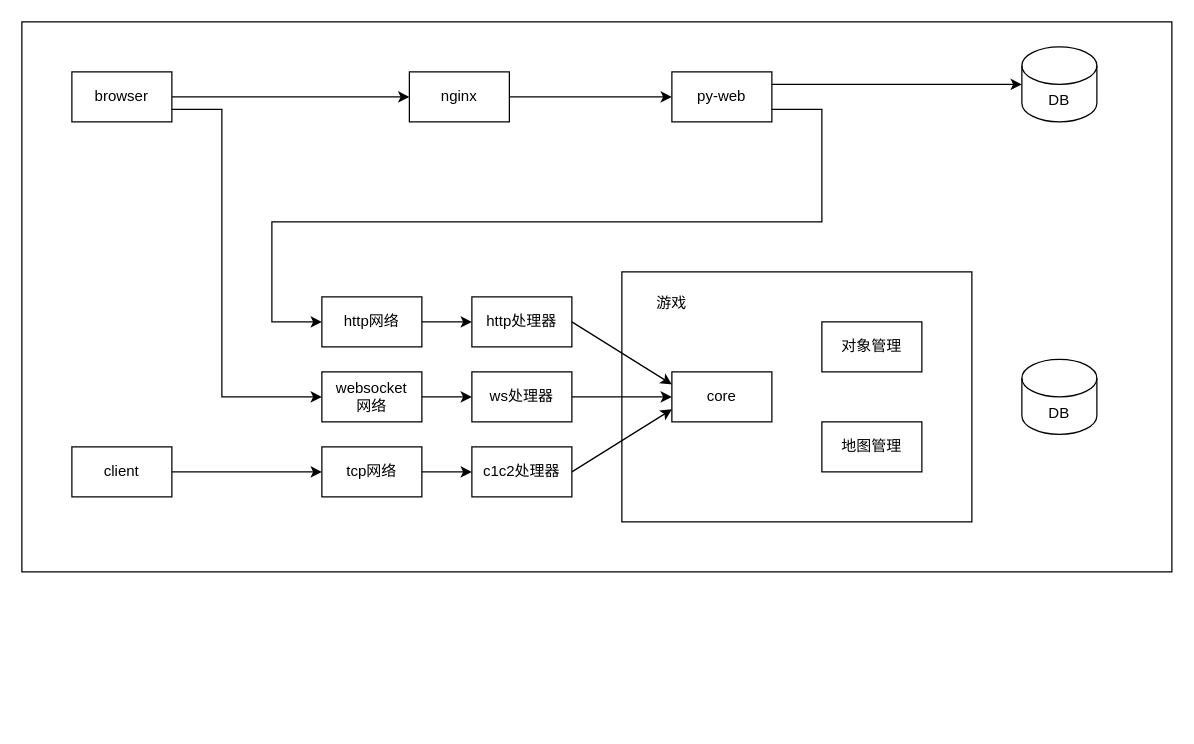
This is system.drawio from xujintao/balgass, a draw.io file, before an edit. Source tidied: cells renumbered, new cells numbered last; positions are measured from the earlier drawing's top-left corner, leaving out a move shared by most shapes. Both pictures are drawn from the tidied source at 125%, with x=0, y=0 at pixel (21, 21).
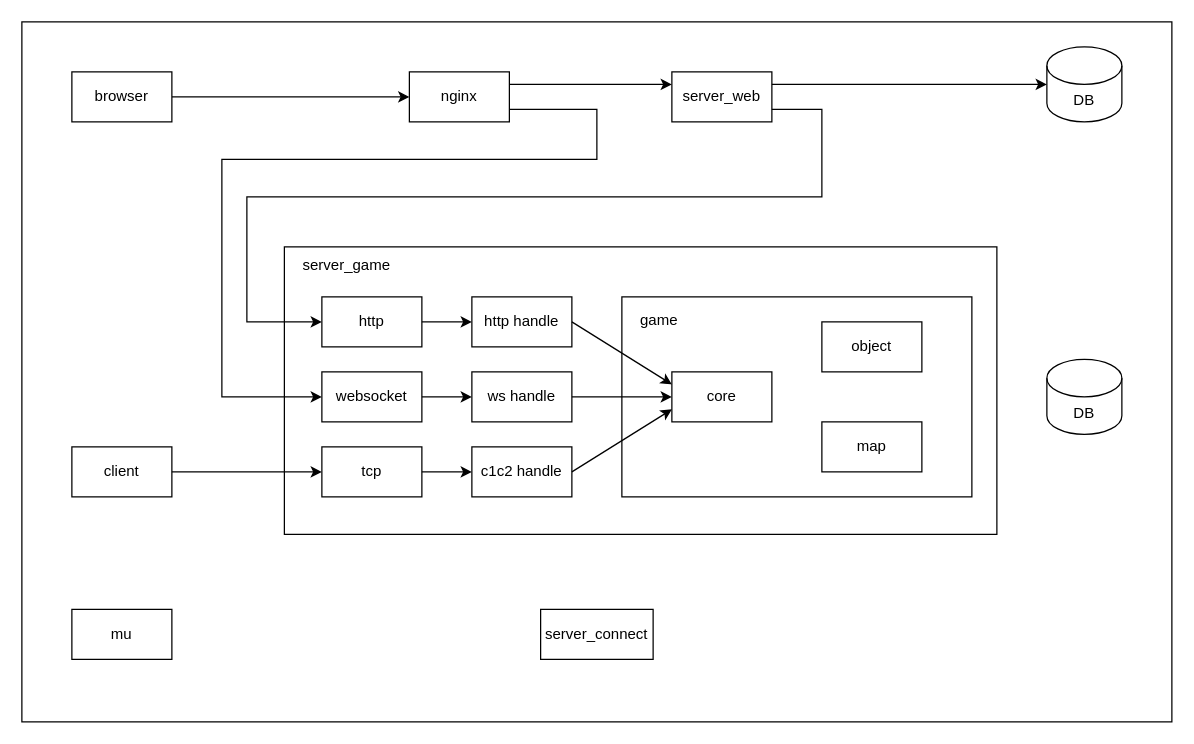
The same page after the edit.

Commit message (it also covers changes not shown here):
balgass/docs: update system architecture diagram

Unchanged cells that the change refers to:
```xml
<mxCell id="21" value="browser" style="rounded=0;whiteSpace=wrap;html=1;" parent="1" vertex="1">
  <mxGeometry x="40" y="40" width="80" height="40" as="geometry" />
</mxCell>
<mxCell id="30" value="nginx" style="rounded=0;whiteSpace=wrap;html=1;" parent="1" vertex="1">
  <mxGeometry x="310" y="40" width="80" height="40" as="geometry" />
</mxCell>
```

Diff of the diagram source:
```diff
@@
     <mxCell id="2" style="rounded=0;whiteSpace=wrap;html=1;" parent="1" vertex="1">
-      <mxGeometry width="920" height="440" as="geometry" />
+      <mxGeometry width="920" height="560" as="geometry" />
     </mxCell>
+    <mxCell id="32" style="rounded=0;whiteSpace=wrap;html=1;" parent="1" vertex="1">
+      <mxGeometry x="210" y="180" width="570" height="230" as="geometry" />
+    </mxCell>
     <mxCell id="3" style="rounded=0;whiteSpace=wrap;html=1;" parent="1" vertex="1">
-      <mxGeometry x="480" y="200" width="280" height="200" as="geometry" />
+      <mxGeometry x="480" y="220" width="280" height="160" as="geometry" />
     </mxCell>
-    <mxCell id="4" value="对象管理" style="rounded=0;whiteSpace=wrap;html=1;" parent="1" vertex="1">
+    <mxCell id="4" value="object" style="rounded=0;whiteSpace=wrap;html=1;" parent="1" vertex="1">
       <mxGeometry x="640" y="240" width="80" height="40" as="geometry" />
     </mxCell>
-    <mxCell id="5" value="地图管理" style="rounded=0;whiteSpace=wrap;html=1;" parent="1" vertex="1">
+    <mxCell id="5" value="map" style="rounded=0;whiteSpace=wrap;html=1;" parent="1" vertex="1">
       <mxGeometry x="640" y="320" width="80" height="40" as="geometry" />
     </mxCell>
@@
-    <mxCell id="7" value="游戏" style="text;html=1;strokeColor=none;fillColor=none;align=center;verticalAlign=middle;whiteSpace=wrap;rounded=0;" parent="1" vertex="1">
-      <mxGeometry x="490" y="210" width="60" height="30" as="geometry" />
+    <mxCell id="7" value="game" style="text;html=1;strokeColor=none;fillColor=none;align=center;verticalAlign=middle;whiteSpace=wrap;rounded=0;" parent="1" vertex="1">
+      <mxGeometry x="480" y="224" width="60" height="30" as="geometry" />
     </mxCell>
-    <mxCell id="8" value="http网络" style="rounded=0;whiteSpace=wrap;html=1;" parent="1" vertex="1">
+    <mxCell id="8" value="http" style="rounded=0;whiteSpace=wrap;html=1;" parent="1" vertex="1">
       <mxGeometry x="240" y="220" width="80" height="40" as="geometry" />
     </mxCell>
-    <mxCell id="9" value="http处理器" style="rounded=0;whiteSpace=wrap;html=1;" parent="1" vertex="1">
+    <mxCell id="9" value="http handle" style="rounded=0;whiteSpace=wrap;html=1;" parent="1" vertex="1">
       <mxGeometry x="360" y="220" width="80" height="40" as="geometry" />
     </mxCell>
-    <mxCell id="10" value="tcp网络" style="rounded=0;whiteSpace=wrap;html=1;" parent="1" vertex="1">
+    <mxCell id="10" value="tcp" style="rounded=0;whiteSpace=wrap;html=1;" parent="1" vertex="1">
       <mxGeometry x="240" y="340" width="80" height="40" as="geometry" />
     </mxCell>
-    <mxCell id="11" value="c1c2处理器" style="rounded=0;whiteSpace=wrap;html=1;" parent="1" vertex="1">
+    <mxCell id="11" value="c1c2 handle" style="rounded=0;whiteSpace=wrap;html=1;" parent="1" vertex="1">
       <mxGeometry x="360" y="340" width="80" height="40" as="geometry" />
     </mxCell>
@@
-    <mxCell id="16" value="py-web" style="rounded=0;whiteSpace=wrap;html=1;" parent="1" vertex="1">
+    <mxCell id="16" value="server_web" style="rounded=0;whiteSpace=wrap;html=1;" parent="1" vertex="1">
       <mxGeometry x="520" y="40" width="80" height="40" as="geometry" />
     </mxCell>
     <mxCell id="17" value="DB" style="shape=cylinder3;whiteSpace=wrap;html=1;boundedLbl=1;backgroundOutline=1;size=15;" parent="1" vertex="1">
-      <mxGeometry x="800" y="20" width="60" height="60" as="geometry" />
+      <mxGeometry x="820" y="20" width="60" height="60" as="geometry" />
     </mxCell>
     <mxCell id="18" value="DB" style="shape=cylinder3;whiteSpace=wrap;html=1;boundedLbl=1;backgroundOutline=1;size=15;" parent="1" vertex="1">
-      <mxGeometry x="800" y="270" width="60" height="60" as="geometry" />
+      <mxGeometry x="820" y="270" width="60" height="60" as="geometry" />
     </mxCell>
@@
     <mxCell id="23" style="endArrow=classic;html=1;rounded=0;exitX=1;exitY=0.75;exitDx=0;exitDy=0;entryX=0;entryY=0.5;entryDx=0;entryDy=0;" parent="1" edge="1" source="16" target="8">
       <mxGeometry relative="1" as="geometry">
         <Array as="points">
           <mxPoint x="640" y="70" />
-          <mxPoint x="640" y="160" />
-          <mxPoint x="200" y="160" />
-          <mxPoint x="200" y="240" />
+          <mxPoint x="640" y="140" />
+          <mxPoint x="180" y="140" />
+          <mxPoint x="180" y="240" />
         </Array>
       </mxGeometry>
     </mxCell>
@@
-    <mxCell id="25" value="websocket&lt;br&gt;网络" style="rounded=0;whiteSpace=wrap;html=1;" parent="1" vertex="1">
+    <mxCell id="25" value="websocket" style="rounded=0;whiteSpace=wrap;html=1;" parent="1" vertex="1">
       <mxGeometry x="240" y="280" width="80" height="40" as="geometry" />
     </mxCell>
-    <mxCell id="26" value="ws处理器" style="rounded=0;whiteSpace=wrap;html=1;" parent="1" vertex="1">
+    <mxCell id="26" value="ws handle" style="rounded=0;whiteSpace=wrap;html=1;" parent="1" vertex="1">
       <mxGeometry x="360" y="280" width="80" height="40" as="geometry" />
     </mxCell>
@@
-    <mxCell id="29" style="endArrow=classic;html=1;rounded=0;entryX=0;entryY=0.5;entryDx=0;entryDy=0;exitX=1;exitY=0.75;exitDx=0;exitDy=0;" parent="1" edge="1" source="21" target="25">
+    <mxCell id="29" style="endArrow=classic;html=1;rounded=0;entryX=0;entryY=0.5;entryDx=0;entryDy=0;exitX=1;exitY=0.75;exitDx=0;exitDy=0;" parent="1" edge="1" source="30" target="25">
       <mxGeometry relative="1" as="geometry">
         <Array as="points">
-          <mxPoint x="160" y="70" />
+          <mxPoint x="460" y="70" />
+          <mxPoint x="460" y="110" />
+          <mxPoint x="160" y="110" />
           <mxPoint x="160" y="300" />
         </Array>
       </mxGeometry>
     </mxCell>
@@
-    <mxCell id="31" style="endArrow=classic;html=1;rounded=0;exitX=1;exitY=0.5;exitDx=0;exitDy=0;entryX=0;entryY=0.5;entryDx=0;entryDy=0;" parent="1" edge="1" source="30" target="16">
+    <mxCell id="31" style="endArrow=classic;html=1;rounded=0;exitX=1;exitY=0.25;exitDx=0;exitDy=0;entryX=0;entryY=0.25;entryDx=0;entryDy=0;" parent="1" edge="1" source="30" target="16">
       <mxGeometry relative="1" as="geometry" />
     </mxCell>
+    <mxCell id="33" value="server_game" style="text;html=1;strokeColor=none;fillColor=none;align=center;verticalAlign=middle;whiteSpace=wrap;rounded=0;" parent="1" vertex="1">
+      <mxGeometry x="210" y="180" width="100" height="30" as="geometry" />
+    </mxCell>
+    <mxCell id="34" value="mu" style="rounded=0;whiteSpace=wrap;html=1;" parent="1" vertex="1">
+      <mxGeometry x="40" y="470" width="80" height="40" as="geometry" />
+    </mxCell>
+    <mxCell id="35" value="server_connect" style="rounded=0;whiteSpace=wrap;html=1;" parent="1" vertex="1">
+      <mxGeometry x="415" y="470" width="90" height="40" as="geometry" />
+    </mxCell>
```
